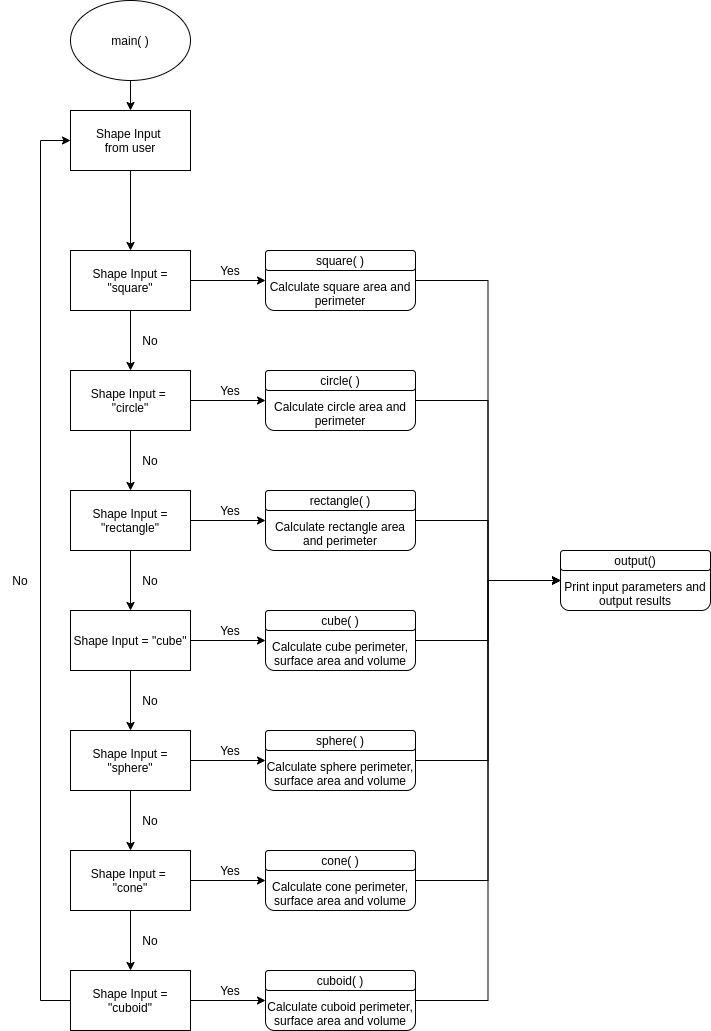
The draw.io diagram MA4830_minor_assignment.drawio.png in Joshualwh/ma4830_minor_assignment, before a commit. Source tidied: cells renumbered, new cells last; positions are measured from the earlier drawing's top-left corner, leaving out a move shared by most shapes.
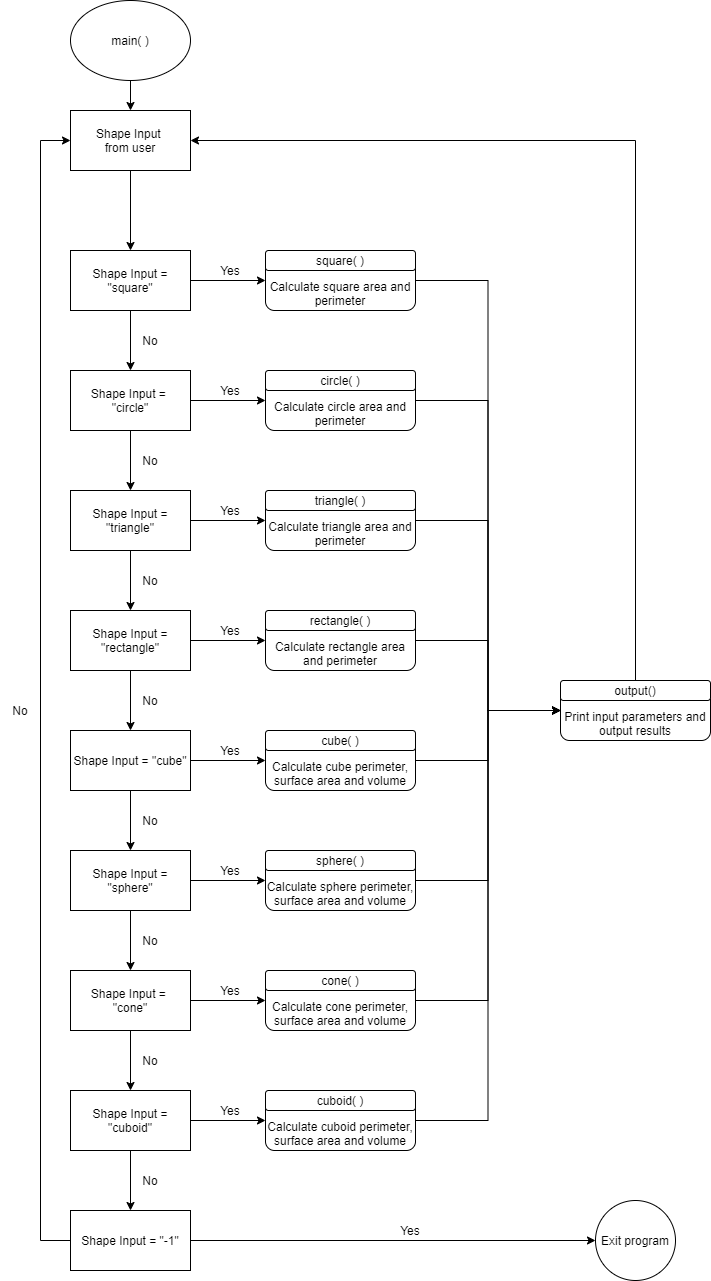
After the commit.

Commit message:
Updated flowchart diagram

What changed in the source:
```diff
@@ -6,27 +6,27 @@
       <mxGeometry relative="1" as="geometry" />
     </mxCell>
     <mxCell id="3" value="Shape Input&amp;nbsp;&lt;br&gt;from user" style="rounded=0;whiteSpace=wrap;html=1;" parent="1" vertex="1">
-      <mxGeometry x="70" y="110" width="120" height="60" as="geometry" />
+      <mxGeometry x="70" y="-10" width="120" height="60" as="geometry" />
     </mxCell>
     <mxCell id="4" style="edgeStyle=orthogonalEdgeStyle;rounded=0;jettySize=auto;html=1;exitX=0.5;exitY=1;exitDx=0;exitDy=0;entryX=0.5;entryY=0;entryDx=0;entryDy=0;" parent="1" edge="1" source="5" target="3">
       <mxGeometry relative="1" as="geometry" />
     </mxCell>
     <mxCell id="5" value="&lt;span&gt;main( )&lt;/span&gt;" style="ellipse;whiteSpace=wrap;html=1;" parent="1" vertex="1">
-      <mxGeometry x="70" width="120" height="80" as="geometry" />
+      <mxGeometry x="70" y="-120" width="120" height="80" as="geometry" />
     </mxCell>
     <mxCell id="6" style="edgeStyle=orthogonalEdgeStyle;rounded=0;jettySize=auto;html=1;exitX=1;exitY=0.5;exitDx=0;exitDy=0;entryX=0;entryY=0.5;entryDx=0;entryDy=0;" parent="1" edge="1" source="9" target="29">
       <mxGeometry relative="1" as="geometry" />
     </mxCell>
     <mxCell id="7" style="edgeStyle=orthogonalEdgeStyle;rounded=0;jettySize=auto;html=1;exitX=0.5;exitY=1;exitDx=0;exitDy=0;startArrow=none;" parent="1" edge="1" source="27">
       <mxGeometry relative="1" as="geometry">
-        <mxPoint x="130" y="410" as="targetPoint" />
+        <mxPoint x="130" y="290" as="targetPoint" />
       </mxGeometry>
     </mxCell>
     <mxCell id="8" style="edgeStyle=orthogonalEdgeStyle;rounded=0;jettySize=auto;html=1;exitX=0.5;exitY=1;exitDx=0;exitDy=0;" parent="1" edge="1" source="9" target="27">
       <mxGeometry relative="1" as="geometry" />
     </mxCell>
     <mxCell id="9" value="Shape Input = &quot;square&quot;" style="rounded=0;whiteSpace=wrap;html=1;" parent="1" vertex="1">
-      <mxGeometry x="70" y="250" width="120" height="60" as="geometry" />
+      <mxGeometry x="70" y="130" width="120" height="60" as="geometry" />
     </mxCell>
     <mxCell id="10" style="edgeStyle=orthogonalEdgeStyle;rounded=0;jettySize=auto;html=1;exitX=0.5;exitY=1;exitDx=0;exitDy=0;" parent="1" edge="1" source="12" target="15">
       <mxGeometry relative="1" as="geometry" />
@@ -64,40 +64,43 @@
     <mxCell id="21" value="Shape Input = &lt;br&gt;&quot;cone&quot;" style="rounded=0;whiteSpace=wrap;html=1;" parent="1" vertex="1">
       <mxGeometry x="70" y="850" width="120" height="60" as="geometry" />
     </mxCell>
-    <mxCell id="22" style="edgeStyle=orthogonalEdgeStyle;rounded=0;jettySize=auto;html=1;exitX=0;exitY=0.5;exitDx=0;exitDy=0;entryX=0;entryY=0.5;entryDx=0;entryDy=0;" parent="1" edge="1" source="24" target="3">
+    <mxCell id="22" style="edgeStyle=orthogonalEdgeStyle;rounded=0;jettySize=auto;html=1;entryX=0;entryY=0.5;entryDx=0;entryDy=0;exitX=0;exitY=0.5;exitDx=0;exitDy=0;" parent="1" edge="1" source="77" target="3">
       <mxGeometry relative="1" as="geometry">
         <Array as="points">
-          <mxPoint x="40" y="1000" />
-          <mxPoint x="40" y="140" />
+          <mxPoint x="40" y="1120" />
+          <mxPoint x="40" y="20" />
         </Array>
       </mxGeometry>
     </mxCell>
     <mxCell id="23" style="edgeStyle=orthogonalEdgeStyle;rounded=0;jettySize=auto;html=1;exitX=1;exitY=0.5;exitDx=0;exitDy=0;entryX=0;entryY=0.5;entryDx=0;entryDy=0;" parent="1" edge="1" source="24" target="39">
       <mxGeometry relative="1" as="geometry" />
     </mxCell>
+    <mxCell id="65" style="edgeStyle=orthogonalEdgeStyle;rounded=0;jettySize=auto;html=1;exitX=0.5;exitY=1;exitDx=0;exitDy=0;entryX=0.5;entryY=0;entryDx=0;entryDy=0;" parent="1" edge="1" source="24" target="77">
+      <mxGeometry relative="1" as="geometry" />
+    </mxCell>
     <mxCell id="24" value="Shape Input = &quot;cuboid&quot;" style="rounded=0;whiteSpace=wrap;html=1;" parent="1" vertex="1">
       <mxGeometry x="70" y="970" width="120" height="60" as="geometry" />
     </mxCell>
-    <mxCell id="25" style="edgeStyle=orthogonalEdgeStyle;rounded=0;jettySize=auto;html=1;exitX=0.5;exitY=1;exitDx=0;exitDy=0;entryX=0.5;entryY=0;entryDx=0;entryDy=0;" parent="1" edge="1" source="27" target="12">
-      <mxGeometry relative="1" as="geometry" />
-    </mxCell>
     <mxCell id="26" style="edgeStyle=orthogonalEdgeStyle;rounded=0;jettySize=auto;html=1;exitX=1;exitY=0.5;exitDx=0;exitDy=0;entryX=0;entryY=0.5;entryDx=0;entryDy=0;" parent="1" edge="1" source="27" target="31">
       <mxGeometry relative="1" as="geometry" />
     </mxCell>
+    <mxCell id="66" style="edgeStyle=orthogonalEdgeStyle;rounded=0;jettySize=auto;html=1;exitX=0.5;exitY=1;exitDx=0;exitDy=0;" parent="1" edge="1" source="27" target="70">
+      <mxGeometry relative="1" as="geometry" />
+    </mxCell>
     <mxCell id="27" value="Shape Input = &lt;br&gt;&quot;circle&quot;" style="rounded=0;whiteSpace=wrap;html=1;" parent="1" vertex="1">
-      <mxGeometry x="70" y="370" width="120" height="60" as="geometry" />
+      <mxGeometry x="70" y="250" width="120" height="60" as="geometry" />
     </mxCell>
     <mxCell id="28" style="edgeStyle=orthogonalEdgeStyle;rounded=0;jettySize=auto;html=1;exitX=1;exitY=0.5;exitDx=0;exitDy=0;entryX=0;entryY=0.5;entryDx=0;entryDy=0;" parent="1" edge="1" source="29" target="49">
       <mxGeometry relative="1" as="geometry" />
     </mxCell>
     <mxCell id="29" value="Calculate square area and perimeter" style="rounded=1;whiteSpace=wrap;html=1;verticalAlign=bottom;" parent="1" vertex="1">
-      <mxGeometry x="265" y="250" width="150" height="60" as="geometry" />
+      <mxGeometry x="265" y="130" width="150" height="60" as="geometry" />
     </mxCell>
     <mxCell id="30" style="edgeStyle=orthogonalEdgeStyle;rounded=0;jettySize=auto;html=1;exitX=1;exitY=0.5;exitDx=0;exitDy=0;entryX=0;entryY=0.5;entryDx=0;entryDy=0;" parent="1" edge="1" source="31" target="49">
       <mxGeometry relative="1" as="geometry" />
     </mxCell>
     <mxCell id="31" value="Calculate circle area and perimeter" style="rounded=1;whiteSpace=wrap;html=1;verticalAlign=bottom;" parent="1" vertex="1">
-      <mxGeometry x="265" y="370" width="150" height="60" as="geometry" />
+      <mxGeometry x="265" y="250" width="150" height="60" as="geometry" />
     </mxCell>
     <mxCell id="32" style="edgeStyle=orthogonalEdgeStyle;rounded=0;jettySize=auto;html=1;exitX=1;exitY=0.5;exitDx=0;exitDy=0;entryX=0;entryY=0.5;entryDx=0;entryDy=0;" parent="1" edge="1" source="33" target="49">
       <mxGeometry relative="1" as="geometry" />
@@ -130,10 +133,10 @@
       <mxGeometry x="265" y="850" width="150" height="60" as="geometry" />
     </mxCell>
     <mxCell id="42" value="square( )" style="rounded=1;whiteSpace=wrap;html=1;" parent="1" vertex="1">
-      <mxGeometry x="265" y="250" width="150" height="20" as="geometry" />
+      <mxGeometry x="265" y="130" width="150" height="20" as="geometry" />
     </mxCell>
     <mxCell id="43" value="circle( )" style="rounded=1;whiteSpace=wrap;html=1;" parent="1" vertex="1">
-      <mxGeometry x="265" y="370" width="150" height="20" as="geometry" />
+      <mxGeometry x="265" y="250" width="150" height="20" as="geometry" />
     </mxCell>
     <mxCell id="44" value="rectangle( )" style="rounded=1;whiteSpace=wrap;html=1;" parent="1" vertex="1">
       <mxGeometry x="265" y="490" width="150" height="20" as="geometry" />
@@ -151,16 +154,19 @@
       <mxGeometry x="265" y="970" width="150" height="20" as="geometry" />
     </mxCell>
     <mxCell id="49" value="Print input parameters and output results" style="rounded=1;whiteSpace=wrap;html=1;verticalAlign=bottom;" parent="1" vertex="1">
-      <mxGeometry x="560" y="550" width="150" height="60" as="geometry" />
+      <mxGeometry x="560" y="560" width="150" height="60" as="geometry" />
     </mxCell>
+    <mxCell id="67" style="edgeStyle=orthogonalEdgeStyle;rounded=0;jettySize=auto;html=1;exitX=0.5;exitY=0;exitDx=0;exitDy=0;entryX=1;entryY=0.5;entryDx=0;entryDy=0;" parent="1" edge="1" source="50" target="3">
+      <mxGeometry relative="1" as="geometry" />
+    </mxCell>
     <mxCell id="50" value="output()" style="rounded=1;whiteSpace=wrap;html=1;verticalAlign=bottom;" parent="1" vertex="1">
-      <mxGeometry x="560" y="550" width="150" height="20" as="geometry" />
+      <mxGeometry x="560" y="560" width="150" height="20" as="geometry" />
     </mxCell>
     <mxCell id="51" value="Yes" style="text;html=1;strokeColor=none;fillColor=none;align=center;verticalAlign=middle;whiteSpace=wrap;rounded=0;" parent="1" vertex="1">
-      <mxGeometry x="210" y="260" width="40" height="20" as="geometry" />
+      <mxGeometry x="210" y="140" width="40" height="20" as="geometry" />
     </mxCell>
     <mxCell id="52" value="Yes" style="text;html=1;strokeColor=none;fillColor=none;align=center;verticalAlign=middle;whiteSpace=wrap;rounded=0;" parent="1" vertex="1">
-      <mxGeometry x="210" y="380" width="40" height="20" as="geometry" />
+      <mxGeometry x="210" y="260" width="40" height="20" as="geometry" />
     </mxCell>
     <mxCell id="53" value="Yes" style="text;html=1;strokeColor=none;fillColor=none;align=center;verticalAlign=middle;whiteSpace=wrap;rounded=0;" parent="1" vertex="1">
       <mxGeometry x="210" y="500" width="40" height="20" as="geometry" />
@@ -178,10 +184,10 @@
       <mxGeometry x="210" y="980" width="40" height="20" as="geometry" />
     </mxCell>
     <mxCell id="58" value="No" style="text;html=1;strokeColor=none;fillColor=none;align=center;verticalAlign=middle;whiteSpace=wrap;rounded=0;" parent="1" vertex="1">
-      <mxGeometry x="130" y="330" width="40" height="20" as="geometry" />
+      <mxGeometry x="130" y="210" width="40" height="20" as="geometry" />
     </mxCell>
     <mxCell id="59" value="No" style="text;html=1;strokeColor=none;fillColor=none;align=center;verticalAlign=middle;whiteSpace=wrap;rounded=0;" parent="1" vertex="1">
-      <mxGeometry x="130" y="450" width="40" height="20" as="geometry" />
+      <mxGeometry x="130" y="330" width="40" height="20" as="geometry" />
     </mxCell>
     <mxCell id="60" value="No" style="text;html=1;strokeColor=none;fillColor=none;align=center;verticalAlign=middle;whiteSpace=wrap;rounded=0;" parent="1" vertex="1">
       <mxGeometry x="130" y="570" width="40" height="20" as="geometry" />
@@ -196,7 +202,46 @@
       <mxGeometry x="130" y="930" width="40" height="20" as="geometry" />
     </mxCell>
     <mxCell id="64" value="No" style="text;html=1;strokeColor=none;fillColor=none;align=center;verticalAlign=middle;whiteSpace=wrap;rounded=0;" parent="1" vertex="1">
-      <mxGeometry y="570" width="40" height="20" as="geometry" />
+      <mxGeometry y="580" width="40" height="20" as="geometry" />
     </mxCell>
+    <mxCell id="68" style="edgeStyle=orthogonalEdgeStyle;rounded=0;jettySize=auto;html=1;exitX=0.5;exitY=1;exitDx=0;exitDy=0;entryX=0.5;entryY=0;entryDx=0;entryDy=0;" parent="1" edge="1" source="70" target="12">
+      <mxGeometry relative="1" as="geometry" />
+    </mxCell>
+    <mxCell id="69" style="edgeStyle=orthogonalEdgeStyle;rounded=0;jettySize=auto;html=1;exitX=1;exitY=0.5;exitDx=0;exitDy=0;entryX=0;entryY=0.5;entryDx=0;entryDy=0;" parent="1" edge="1" source="70" target="73">
+      <mxGeometry relative="1" as="geometry" />
+    </mxCell>
+    <mxCell id="70" value="Shape Input = &quot;triangle&quot;" style="rounded=0;whiteSpace=wrap;html=1;" parent="1" vertex="1">
+      <mxGeometry x="70" y="370" width="120" height="60" as="geometry" />
+    </mxCell>
+    <mxCell id="71" value="No" style="text;html=1;strokeColor=none;fillColor=none;align=center;verticalAlign=middle;whiteSpace=wrap;rounded=0;" parent="1" vertex="1">
+      <mxGeometry x="130" y="450" width="40" height="20" as="geometry" />
+    </mxCell>
+    <mxCell id="72" style="edgeStyle=orthogonalEdgeStyle;rounded=0;jettySize=auto;html=1;exitX=1;exitY=0.5;exitDx=0;exitDy=0;entryX=0;entryY=0.5;entryDx=0;entryDy=0;" parent="1" edge="1" source="73" target="49">
+      <mxGeometry relative="1" as="geometry" />
+    </mxCell>
+    <mxCell id="73" value="Calculate triangle area and perimeter" style="rounded=1;whiteSpace=wrap;html=1;verticalAlign=bottom;" parent="1" vertex="1">
+      <mxGeometry x="265" y="370" width="150" height="60" as="geometry" />
+    </mxCell>
+    <mxCell id="74" value="triangle( )" style="rounded=1;whiteSpace=wrap;html=1;" parent="1" vertex="1">
+      <mxGeometry x="265" y="370" width="150" height="20" as="geometry" />
+    </mxCell>
+    <mxCell id="75" value="Yes" style="text;html=1;strokeColor=none;fillColor=none;align=center;verticalAlign=middle;whiteSpace=wrap;rounded=0;" parent="1" vertex="1">
+      <mxGeometry x="210" y="380" width="40" height="20" as="geometry" />
+    </mxCell>
+    <mxCell id="76" style="edgeStyle=orthogonalEdgeStyle;rounded=0;jettySize=auto;html=1;exitX=1;exitY=0.5;exitDx=0;exitDy=0;entryX=0;entryY=0.5;entryDx=0;entryDy=0;" parent="1" edge="1" source="77" target="79">
+      <mxGeometry relative="1" as="geometry" />
+    </mxCell>
+    <mxCell id="77" value="Shape Input = &quot;-1&quot;" style="rounded=0;whiteSpace=wrap;html=1;" parent="1" vertex="1">
+      <mxGeometry x="70" y="1090" width="120" height="60" as="geometry" />
+    </mxCell>
+    <mxCell id="78" value="No" style="text;html=1;strokeColor=none;fillColor=none;align=center;verticalAlign=middle;whiteSpace=wrap;rounded=0;" parent="1" vertex="1">
+      <mxGeometry x="130" y="1050" width="40" height="20" as="geometry" />
+    </mxCell>
+    <mxCell id="79" value="Exit program" style="ellipse;whiteSpace=wrap;html=1;" parent="1" vertex="1">
+      <mxGeometry x="595" y="1080" width="80" height="80" as="geometry" />
+    </mxCell>
+    <mxCell id="80" value="Yes" style="text;html=1;strokeColor=none;fillColor=none;align=center;verticalAlign=middle;whiteSpace=wrap;rounded=0;" parent="1" vertex="1">
+      <mxGeometry x="390" y="1100" width="40" height="20" as="geometry" />
+    </mxCell>
   </root>
 </mxGraphModel>
```
